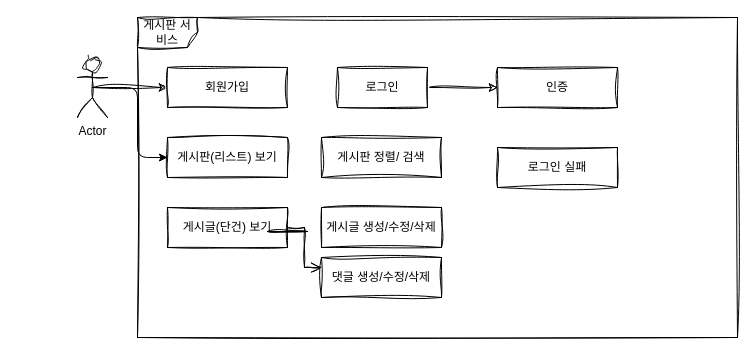
yangwoojung/fastcam_part2_board keeps this draw.io diagram as document/유즈케이스.drawio. Above is the earlier version. Source tidied: cells renumbered, new cells numbered last; positions are measured from the earlier drawing's top-left corner, leaving out a move shared by most shapes. Both pictures are drawn from the tidied source at 100%, with x=0, y=0 at pixel (77, 17).
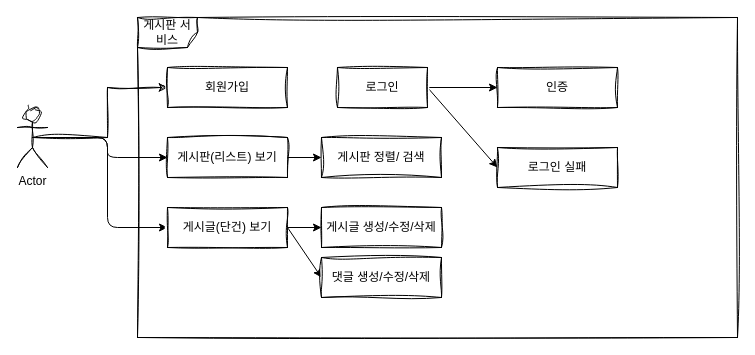
Above is the later version.

Commit message:
유즈케이스.drawio 업데이트

The change refers to these unchanged cells:
```xml
<mxCell id="7" value="게시판(리스트) 보기" style="rounded=0;whiteSpace=wrap;html=1;arcSize=40;sketch=1;curveFitting=1;jiggle=2;labelBackgroundColor=none;" parent="1" vertex="1">
  <mxGeometry x="90" y="120" width="120" height="40" as="geometry" />
</mxCell>
<mxCell id="8" value="게시글(단건) 보기" style="rounded=0;whiteSpace=wrap;html=1;arcSize=40;sketch=1;curveFitting=1;jiggle=2;labelBackgroundColor=none;" parent="1" vertex="1">
  <mxGeometry x="90" y="190" width="120" height="40" as="geometry" />
</mxCell>
<mxCell id="10" value="로그인" style="rounded=0;whiteSpace=wrap;html=1;arcSize=40;sketch=1;curveFitting=1;jiggle=2;labelBackgroundColor=none;" parent="1" vertex="1">
  <mxGeometry x="260" y="50" width="90" height="40" as="geometry" />
</mxCell>
<mxCell id="11" value="인증" style="rounded=0;whiteSpace=wrap;html=1;arcSize=40;sketch=1;curveFitting=1;jiggle=2;labelBackgroundColor=none;" parent="1" vertex="1">
  <mxGeometry x="420" y="50" width="120" height="40" as="geometry" />
</mxCell>
<mxCell id="12" value="로그인 실패" style="rounded=0;whiteSpace=wrap;html=1;arcSize=40;sketch=1;curveFitting=1;jiggle=2;labelBackgroundColor=none;" parent="1" vertex="1">
  <mxGeometry x="420" y="130" width="120" height="40" as="geometry" />
</mxCell>
<mxCell id="13" value="게시판 정렬/ 검색" style="rounded=0;whiteSpace=wrap;html=1;arcSize=40;sketch=1;curveFitting=1;jiggle=2;labelBackgroundColor=none;" parent="1" vertex="1">
  <mxGeometry x="244" y="120" width="120" height="40" as="geometry" />
</mxCell>
<mxCell id="14" value="게시글 생성/수정/삭제" style="rounded=0;whiteSpace=wrap;html=1;arcSize=40;sketch=1;curveFitting=1;jiggle=2;labelBackgroundColor=none;" parent="1" vertex="1">
  <mxGeometry x="244" y="190" width="120" height="40" as="geometry" />
</mxCell>
<mxCell id="15" value="댓글 생성/수정/삭제" style="rounded=0;whiteSpace=wrap;html=1;arcSize=40;sketch=1;curveFitting=1;jiggle=2;labelBackgroundColor=none;" parent="1" vertex="1">
  <mxGeometry x="244" y="240" width="120" height="40" as="geometry" />
</mxCell>
```

The edit, as a diff of the source:
```diff
@@
+    <mxCell id="20" style="edgeStyle=orthogonalEdgeStyle;rounded=1;jettySize=auto;html=1;exitX=0.5;exitY=0.5;exitDx=0;exitDy=0;exitPerimeter=0;entryX=0;entryY=0.5;entryDx=0;entryDy=0;" parent="1" edge="1" source="4" target="8">
+      <mxGeometry relative="1" as="geometry" />
+    </mxCell>
     <mxCell id="4" value="Actor" style="shape=umlActor;verticalLabelPosition=bottom;verticalAlign=top;html=1;sketch=1;curveFitting=1;jiggle=2;labelBackgroundColor=none;rounded=0;" parent="1" vertex="1">
-      <mxGeometry y="40" width="30" height="60" as="geometry" />
+      <mxGeometry x="-60" y="90" width="30" height="60" as="geometry" />
     </mxCell>
@@
+    <mxCell id="21" style="edgeStyle=orthogonalEdgeStyle;rounded=1;jettySize=auto;html=1;exitX=1;exitY=0.5;exitDx=0;exitDy=0;entryX=0;entryY=0.5;entryDx=0;entryDy=0;" parent="1" edge="1" source="7" target="13">
+      <mxGeometry relative="1" as="geometry" />
+    </mxCell>
@@
+    <mxCell id="22" style="edgeStyle=orthogonalEdgeStyle;rounded=1;jettySize=auto;html=1;exitX=1;exitY=0.5;exitDx=0;exitDy=0;entryX=0;entryY=0.5;entryDx=0;entryDy=0;" parent="1" edge="1" source="8" target="14">
+      <mxGeometry relative="1" as="geometry" />
+    </mxCell>
+    <mxCell id="16" style="rounded=1;jettySize=auto;html=1;exitX=1;exitY=0.5;exitDx=0;exitDy=0;entryX=0;entryY=0.5;entryDx=0;entryDy=0;" parent="1" edge="1" source="8" target="15">
+      <mxGeometry relative="1" as="geometry" />
+    </mxCell>
@@
-    <mxCell id="9" style="edgeStyle=orthogonalEdgeStyle;rounded=0;jettySize=auto;html=1;sketch=1;curveFitting=1;jiggle=2;labelBackgroundColor=none;fontColor=default;" parent="1" edge="1" source="10" target="11">
+    <mxCell id="9" style="rounded=1;jettySize=auto;html=1;exitX=1;exitY=0.5;exitDx=0;exitDy=0;entryX=0;entryY=0.5;entryDx=0;entryDy=0;" parent="1" edge="1" source="10" target="11">
       <mxGeometry relative="1" as="geometry" />
     </mxCell>
+    <mxCell id="23" style="rounded=1;jettySize=auto;html=1;exitX=1;exitY=0.5;exitDx=0;exitDy=0;entryX=0;entryY=0.5;entryDx=0;entryDy=0;" parent="1" edge="1" source="10" target="12">
+      <mxGeometry relative="1" as="geometry" />
+    </mxCell>
@@
-    <mxCell id="16" style="edgeStyle=orthogonalEdgeStyle;html=1;verticalAlign=bottom;endArrow=open;endSize=8;rounded=0;entryX=0;entryY=0.25;entryDx=0;entryDy=0;exitX=1;exitY=0.5;exitDx=0;exitDy=0;sketch=1;curveFitting=1;jiggle=2;labelBackgroundColor=none;fontColor=default;" parent="1" edge="1" source="8" target="15">
-      <mxGeometry relative="1" as="geometry" />
-    </mxCell>
-    <mxCell id="17" style="line;strokeWidth=1;fillColor=none;align=left;verticalAlign=middle;spacingTop=-1;spacingLeft=3;spacingRight=3;labelPosition=right;sketch=1;curveFitting=1;jiggle=2;labelBackgroundColor=none;rounded=0;" parent="1" vertex="1">
-      <mxGeometry x="190" y="210" width="40" height="8" as="geometry" />
-    </mxCell>
-    <mxCell id="18" style="line;strokeWidth=1;fillColor=none;align=left;verticalAlign=middle;spacingTop=-1;spacingLeft=3;spacingRight=3;labelPosition=right;sketch=1;curveFitting=1;jiggle=2;labelBackgroundColor=none;rounded=0;" parent="1" vertex="1">
-      <mxGeometry x="190" y="210" width="40" height="8" as="geometry" />
-    </mxCell>
-    <mxCell id="19" style="line;strokeWidth=1;fillColor=none;align=left;verticalAlign=middle;spacingTop=-1;spacingLeft=3;spacingRight=3;labelPosition=right;sketch=1;curveFitting=1;jiggle=2;labelBackgroundColor=none;rounded=0;" parent="1" vertex="1">
-      <mxGeometry x="190" y="210" width="40" height="8" as="geometry" />
-    </mxCell>
```
